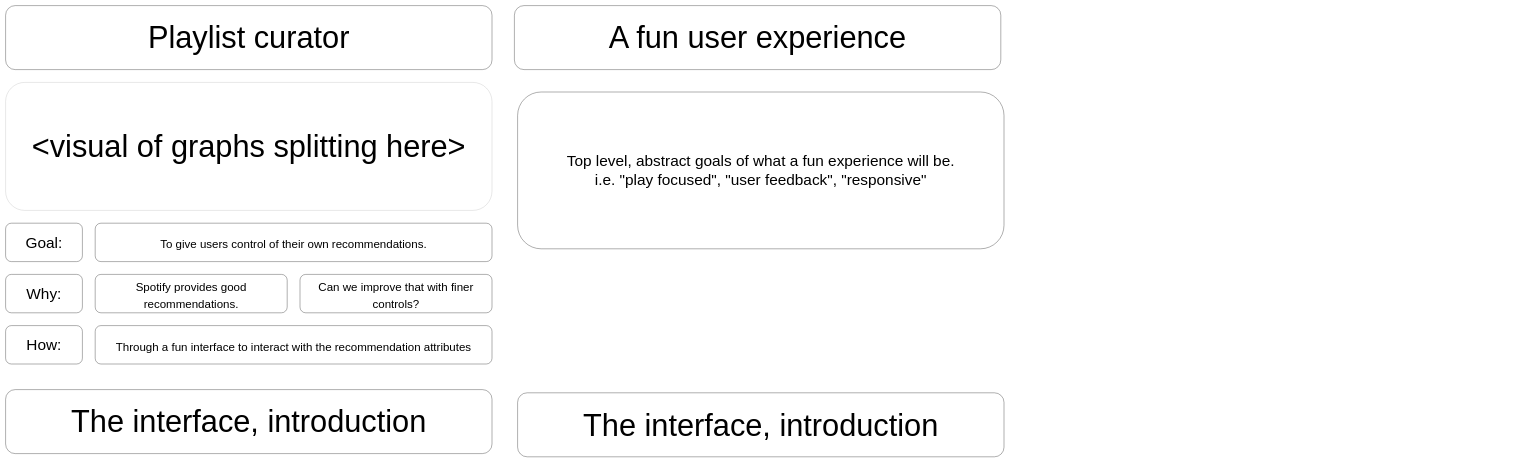
This is docs/presentation_pages.drawio from mihaelaaleks/playlist_curator, a draw.io file, before an edit. Source tidied: cells renumbered, new cells numbered last; positions are measured from the earlier drawing's top-left corner, leaving out a move shared by most shapes. Both pictures are drawn from the tidied source at 32%, with x=0, y=0 at pixel (5, 5).
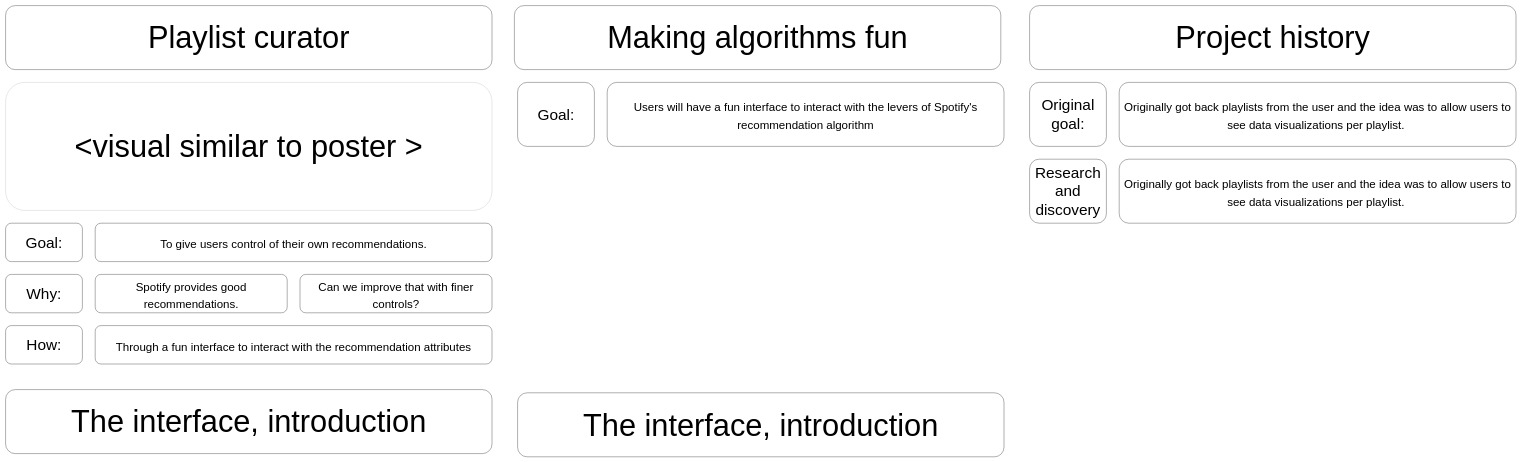
The same diagram, later.

The edit, as a diff of the source:
```diff
@@
-    <mxCell id="10" value="&amp;lt;visual of graphs splitting here&amp;gt;" style="rounded=1;whiteSpace=wrap;html=1;fontSize=96;opacity=30;" parent="1" vertex="1">
+    <mxCell id="10" value="&amp;lt;visual similar to poster &amp;gt;" style="rounded=1;whiteSpace=wrap;html=1;fontSize=96;opacity=30;" parent="1" vertex="1">
       <mxGeometry y="240" width="1520" height="400" as="geometry" />
     </mxCell>
-    <mxCell id="11" value="A fun user experience" style="rounded=1;whiteSpace=wrap;html=1;fontSize=96;" parent="1" vertex="1">
+    <mxCell id="11" value="Making algorithms fun" style="rounded=1;whiteSpace=wrap;html=1;fontSize=96;" parent="1" vertex="1">
       <mxGeometry x="1590" width="1520" height="200" as="geometry" />
     </mxCell>
-    <mxCell id="12" value="Top level, abstract goals of what a fun experience will be.&lt;br&gt;i.e. &quot;play focused&quot;, &quot;user feedback&quot;, &quot;responsive&quot;" style="rounded=1;whiteSpace=wrap;html=1;fontSize=48;" parent="1" vertex="1">
-      <mxGeometry x="1600" y="270" width="1520" height="490" as="geometry" />
-    </mxCell>
@@
+    <mxCell id="15" value="Goal:" style="rounded=1;whiteSpace=wrap;html=1;fontSize=48;" parent="1" vertex="1">
+      <mxGeometry x="1600" y="240" width="240" height="200" as="geometry" />
+    </mxCell>
+    <mxCell id="16" value="&lt;p style=&quot;line-height: 60%;&quot;&gt;&lt;span style=&quot;font-size: 36px;&quot;&gt;Users will have a fun interface to interact with the levers of Spotify's recommendation algorithm&lt;/span&gt;&lt;/p&gt;" style="rounded=1;whiteSpace=wrap;html=1;fontSize=72;" parent="1" vertex="1">
+      <mxGeometry x="1880" y="240" width="1240" height="200" as="geometry" />
+    </mxCell>
+    <mxCell id="17" value="Project history" style="rounded=1;whiteSpace=wrap;html=1;fontSize=96;" parent="1" vertex="1">
+      <mxGeometry x="3200" width="1520" height="200" as="geometry" />
+    </mxCell>
+    <mxCell id="18" value="Original goal:" style="rounded=1;whiteSpace=wrap;html=1;fontSize=48;" parent="1" vertex="1">
+      <mxGeometry x="3200" y="240" width="240" height="200" as="geometry" />
+    </mxCell>
+    <mxCell id="19" value="&lt;p style=&quot;line-height: 60%;&quot;&gt;&lt;span style=&quot;font-size: 36px;&quot;&gt;Originally got back playlists from the user and the idea was to allow users to see data visualizations per playlist.&amp;nbsp;&lt;/span&gt;&lt;/p&gt;" style="rounded=1;whiteSpace=wrap;html=1;fontSize=72;" parent="1" vertex="1">
+      <mxGeometry x="3480" y="240" width="1240" height="200" as="geometry" />
+    </mxCell>
+    <mxCell id="20" value="Research and discovery" style="rounded=1;whiteSpace=wrap;html=1;fontSize=48;" parent="1" vertex="1">
+      <mxGeometry x="3200" y="480" width="240" height="200" as="geometry" />
+    </mxCell>
+    <mxCell id="21" value="&lt;p style=&quot;line-height: 60%;&quot;&gt;&lt;span style=&quot;font-size: 36px;&quot;&gt;Originally got back playlists from the user and the idea was to allow users to see data visualizations per playlist.&amp;nbsp;&lt;/span&gt;&lt;/p&gt;" style="rounded=1;whiteSpace=wrap;html=1;fontSize=72;" parent="1" vertex="1">
+      <mxGeometry x="3480" y="480" width="1240" height="200" as="geometry" />
+    </mxCell>
```
